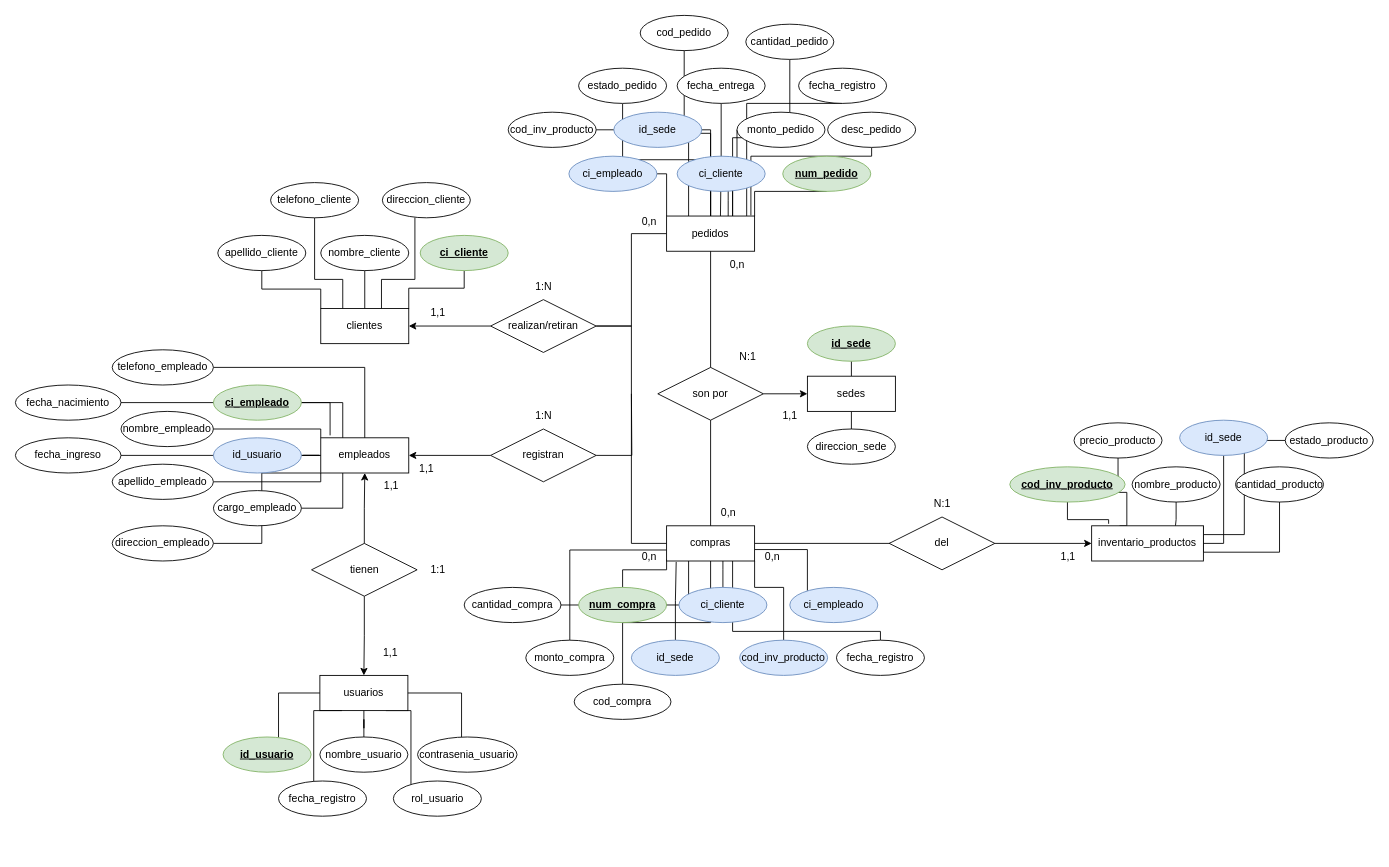
Earlier version of the draw.io diagram page "ERD" (2 of 4) of IUTCM - Caso De Estudio - Analisis De Sistemas Para Informatica.drawio (AlbanyNVRodriguez/draw---diagrams). Source tidied: cells renumbered, new cells numbered last; positions are measured from the earlier drawing's top-left corner, leaving out a move shared by most shapes. Both pictures are drawn from the tidied source at 88%, with x=0, y=0 at pixel (15, 15).
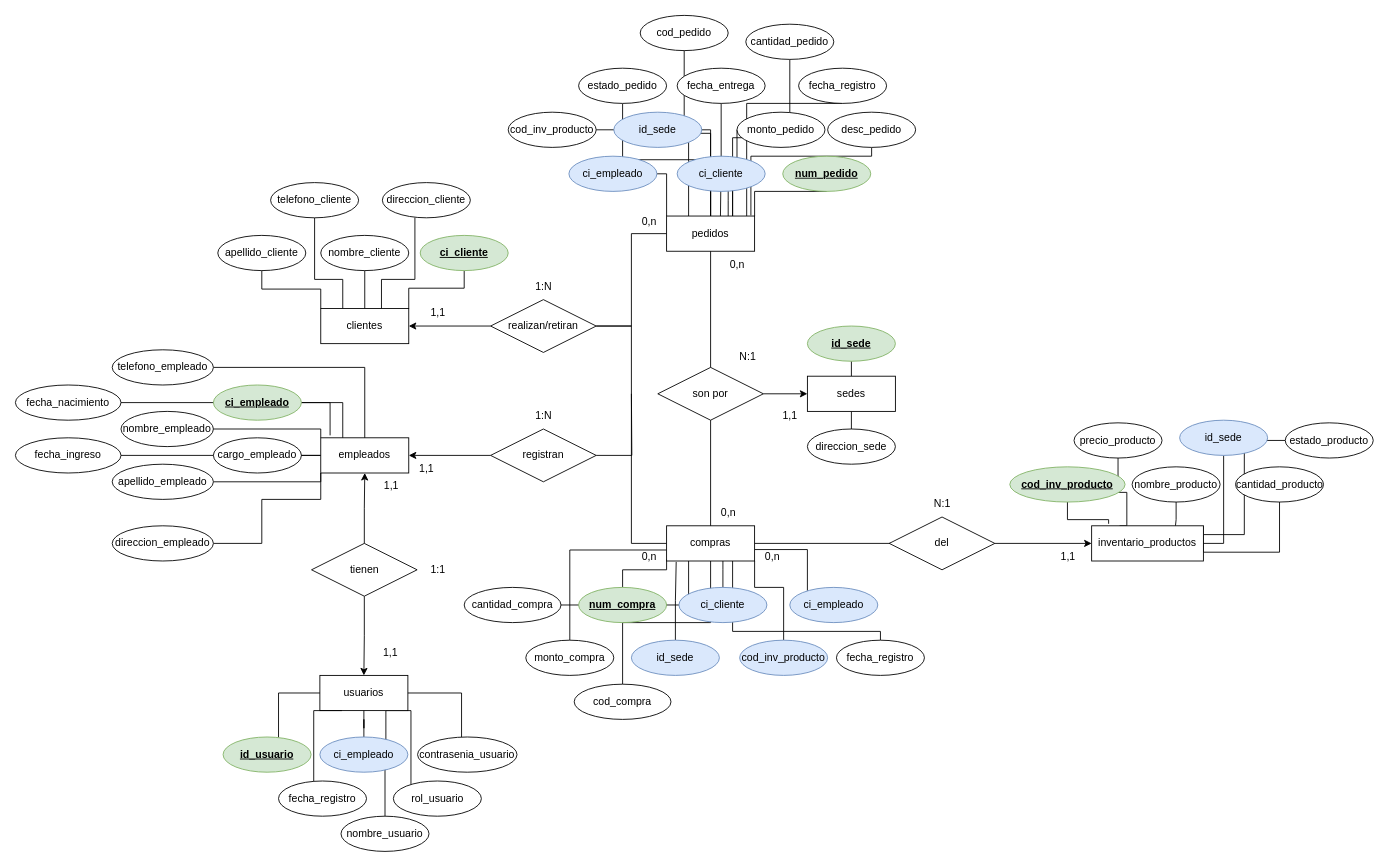
The same page after the edit.

Unchanged cells that the change refers to:
```xml
<mxCell id="2" style="group;" parent="1" vertex="1">
  <mxGeometry width="1543" height="910" as="geometry" />
</mxCell>
<mxCell id="38" value="empleados" style="whiteSpace=wrap;html=1;align=center;" parent="2" vertex="1">
  <mxGeometry x="347" y="480" width="100" height="40" as="geometry" />
</mxCell>
<mxCell id="52" value="usuarios" style="whiteSpace=wrap;html=1;align=center;" parent="2" vertex="1">
  <mxGeometry x="346" y="750" width="100" height="40" as="geometry" />
</mxCell>
<mxCell id="86" value="direccion_empleado" style="ellipse;whiteSpace=wrap;html=1;align=center;fontStyle=0;" parent="2" vertex="1">
  <mxGeometry x="110" y="580" width="115" height="40" as="geometry" />
</mxCell>
```

Diff of the diagram source:
```diff
@@
+    <mxCell id="146" style="edgeStyle=orthogonalEdgeStyle;rounded=0;jettySize=auto;html=1;entryX=0.75;entryY=1;entryDx=0;entryDy=0;endArrow=none;endFill=0;" parent="1" edge="1" source="147" target="52">
+      <mxGeometry relative="1" as="geometry" />
+    </mxCell>
@@
     <mxCell id="27" style="edgeStyle=orthogonalEdgeStyle;rounded=0;jettySize=auto;html=1;entryX=0;entryY=1;entryDx=0;entryDy=0;endArrow=none;endFill=0;" parent="2" edge="1" source="86" target="38">
       <mxGeometry relative="1" as="geometry">
         <Array as="points">
           <mxPoint x="280" y="600" />
-          <mxPoint x="280" y="520" />
+          <mxPoint x="280" y="550" />
+          <mxPoint x="347" y="550" />
         </Array>
       </mxGeometry>
     </mxCell>
@@
-    <mxCell id="44" style="edgeStyle=orthogonalEdgeStyle;rounded=0;jettySize=auto;html=1;entryX=0.25;entryY=1;entryDx=0;entryDy=0;endArrow=none;endFill=0;" parent="2" edge="1" source="45" target="38">
-      <mxGeometry relative="1" as="geometry" />
-    </mxCell>
     <mxCell id="45" value="cargo_empleado" style="ellipse;whiteSpace=wrap;html=1;align=center;fontStyle=0;" parent="2" vertex="1">
-      <mxGeometry x="225" y="540" width="100" height="40" as="geometry" />
+      <mxGeometry x="225" y="480" width="100" height="40" as="geometry" />
     </mxCell>
@@
-    <mxCell id="80" style="edgeStyle=orthogonalEdgeStyle;rounded=0;jettySize=auto;html=1;entryX=0;entryY=0.5;entryDx=0;entryDy=0;endArrow=none;endFill=0;" parent="2" edge="1" source="81" target="38">
-      <mxGeometry relative="1" as="geometry" />
+    <mxCell id="80" style="edgeStyle=orthogonalEdgeStyle;rounded=0;jettySize=auto;html=1;entryX=0;entryY=0.5;entryDx=0;entryDy=0;endArrow=none;endFill=0;" parent="2" edge="1" target="38">
+      <mxGeometry relative="1" as="geometry">
+        <mxPoint x="325" y="500" as="sourcePoint" />
+      </mxGeometry>
     </mxCell>
-    <mxCell id="81" value="id_usuario" style="ellipse;whiteSpace=wrap;html=1;align=center;fontStyle=0;fillColor=#dae8fc;strokeColor=#6c8ebf;" parent="2" vertex="1">
-      <mxGeometry x="225" y="480" width="100" height="40" as="geometry" />
-    </mxCell>
@@
-    <mxCell id="92" value="nombre_usuario" style="ellipse;whiteSpace=wrap;html=1;align=center;fontStyle=0;" parent="2" vertex="1">
+    <mxCell id="92" value="ci_empleado" style="ellipse;whiteSpace=wrap;html=1;align=center;fontStyle=0;fillColor=#dae8fc;strokeColor=#6c8ebf;" parent="2" vertex="1">
       <mxGeometry x="346" y="820" width="100" height="40" as="geometry" />
     </mxCell>
@@
+    <mxCell id="147" value="nombre_usuario" style="ellipse;whiteSpace=wrap;html=1;align=center;fontStyle=0;" parent="1" vertex="1">
+      <mxGeometry x="370" y="910" width="100" height="40" as="geometry" />
+    </mxCell>
```
